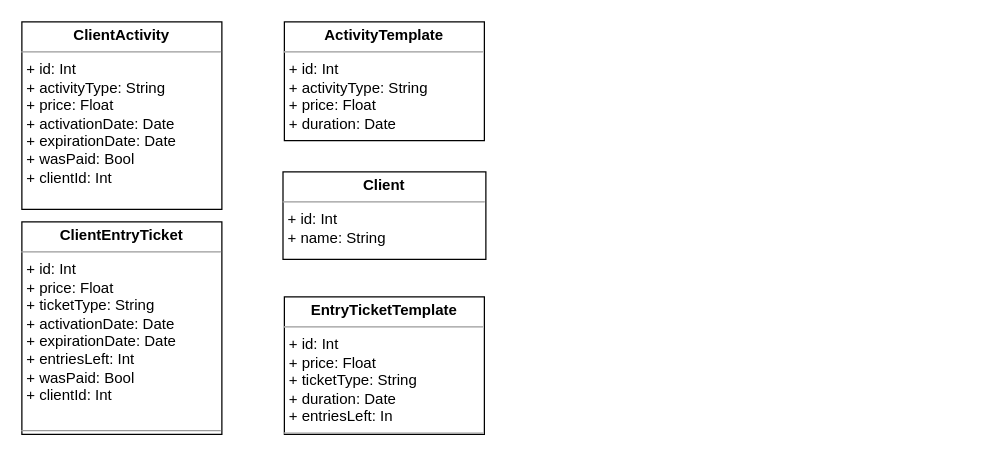
PawZawDev/AEII_2020_BD2_ZAWIERUCHA_AQUAPARK keeps this draw.io diagram as Klasy.drawio. Above is the earlier version. Source tidied: cells renumbered, new cells numbered last; positions are measured from the earlier drawing's top-left corner, leaving out a move shared by most shapes. Both pictures are drawn from the tidied source at 125%, with x=0, y=0 at pixel (21, 21).
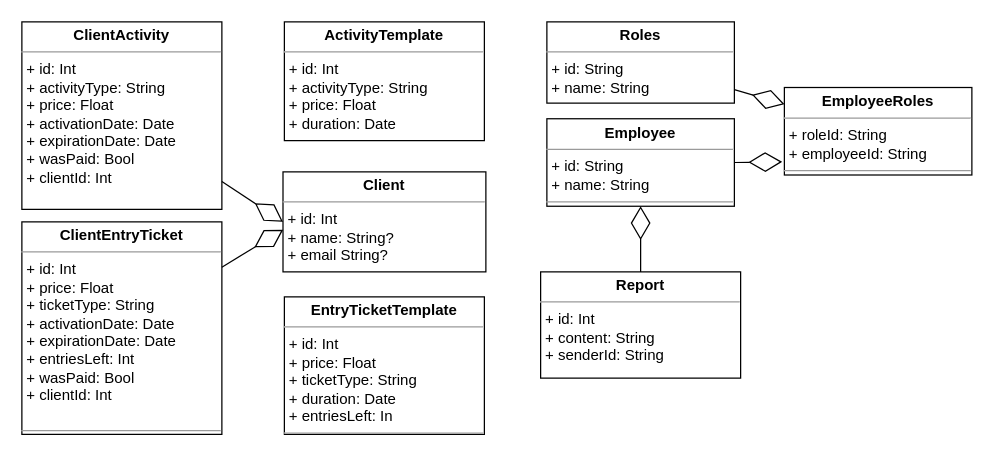
After the change.

Change to the diagram source:
```diff
@@
 <mxGraphModel>
   <root>
     <mxCell id="0" />
     <mxCell id="1" parent="0" />
     <mxCell id="2" value="&lt;p style=&quot;margin: 0px ; margin-top: 4px ; text-align: center&quot;&gt;&lt;b&gt;EntryTicketTemplate&lt;/b&gt;&lt;/p&gt;&lt;hr size=&quot;1&quot;&gt;&lt;p style=&quot;margin: 0px ; margin-left: 4px&quot;&gt;+ id: Int&lt;br&gt;&lt;/p&gt;&lt;p style=&quot;margin: 0px ; margin-left: 4px&quot;&gt;+ price: Float&lt;/p&gt;&lt;p style=&quot;margin: 0px ; margin-left: 4px&quot;&gt;+ ticketType: String&lt;/p&gt;&lt;p style=&quot;margin: 0px ; margin-left: 4px&quot;&gt;+ duration: Date&lt;/p&gt;&lt;p style=&quot;margin: 0px ; margin-left: 4px&quot;&gt;+ entriesLeft: In&lt;/p&gt;&lt;hr size=&quot;1&quot;&gt;" style="verticalAlign=top;align=left;overflow=fill;fontSize=12;fontFamily=Helvetica;html=1;" parent="1" vertex="1">
       <mxGeometry x="210" y="220" width="160" height="110" as="geometry" />
     </mxCell>
     <mxCell id="3" value="&lt;p style=&quot;margin: 0px ; margin-top: 4px ; text-align: center&quot;&gt;&lt;b&gt;ActivityTemplate&lt;/b&gt;&lt;/p&gt;&lt;hr size=&quot;1&quot;&gt;&lt;p style=&quot;margin: 0px ; margin-left: 4px&quot;&gt;+ id: Int&lt;/p&gt;&lt;p style=&quot;margin: 0px ; margin-left: 4px&quot;&gt;+ activityType: String&lt;/p&gt;&lt;p style=&quot;margin: 0px ; margin-left: 4px&quot;&gt;+ price: Float&lt;/p&gt;&lt;p style=&quot;margin: 0px ; margin-left: 4px&quot;&gt;+ duration: Date&lt;br&gt;&lt;/p&gt;" style="verticalAlign=top;align=left;overflow=fill;fontSize=12;fontFamily=Helvetica;html=1;" parent="1" vertex="1">
       <mxGeometry x="210" width="160" height="95" as="geometry" />
     </mxCell>
-    <mxCell id="4" value="&lt;p style=&quot;margin: 0px ; margin-top: 4px ; text-align: center&quot;&gt;&lt;b&gt;Client&lt;/b&gt;&lt;/p&gt;&lt;hr size=&quot;1&quot;&gt;&lt;p style=&quot;margin: 0px ; margin-left: 4px&quot;&gt;+ id: Int&lt;/p&gt;&lt;p style=&quot;margin: 0px ; margin-left: 4px&quot;&gt;+ name: String&lt;/p&gt;" style="verticalAlign=top;align=left;overflow=fill;fontSize=12;fontFamily=Helvetica;html=1;" parent="1" vertex="1">
-      <mxGeometry x="208.9" y="120" width="162.3" height="70" as="geometry" />
+    <mxCell id="4" value="&lt;p style=&quot;margin: 0px ; margin-top: 4px ; text-align: center&quot;&gt;&lt;b&gt;Client&lt;/b&gt;&lt;/p&gt;&lt;hr size=&quot;1&quot;&gt;&lt;p style=&quot;margin: 0px ; margin-left: 4px&quot;&gt;+ id: Int&lt;/p&gt;&lt;p style=&quot;margin: 0px ; margin-left: 4px&quot;&gt;+ name: String?&lt;/p&gt;&lt;p style=&quot;margin: 0px ; margin-left: 4px&quot;&gt;+ email String?&lt;br&gt;&lt;/p&gt;" style="verticalAlign=top;align=left;overflow=fill;fontSize=12;fontFamily=Helvetica;html=1;" parent="1" vertex="1">
+      <mxGeometry x="208.9" y="120" width="162.3" height="80" as="geometry" />
     </mxCell>
     <mxCell id="5" value="&lt;p style=&quot;margin: 0px ; margin-top: 4px ; text-align: center&quot;&gt;&lt;b&gt;ClientEntryTicket&lt;/b&gt;&lt;/p&gt;&lt;hr size=&quot;1&quot;&gt;&lt;p style=&quot;margin: 0px ; margin-left: 4px&quot;&gt;+ id: Int&lt;br&gt;&lt;/p&gt;&lt;p style=&quot;margin: 0px ; margin-left: 4px&quot;&gt;+ price: Float&lt;/p&gt;&lt;p style=&quot;margin: 0px ; margin-left: 4px&quot;&gt;+ ticketType: String&lt;/p&gt;&lt;p style=&quot;margin: 0px ; margin-left: 4px&quot;&gt;+ activationDate: Date&lt;/p&gt;&lt;p style=&quot;margin: 0px ; margin-left: 4px&quot;&gt;+ expirationDate: Date&lt;/p&gt;&lt;p style=&quot;margin: 0px ; margin-left: 4px&quot;&gt;+ entriesLeft: Int&lt;/p&gt;&lt;p style=&quot;margin: 0px ; margin-left: 4px&quot;&gt;+ wasPaid: Bool&lt;/p&gt;&lt;p style=&quot;margin: 0px ; margin-left: 4px&quot;&gt;+ clientId: Int&lt;br&gt;&lt;/p&gt;&lt;p style=&quot;margin: 0px ; margin-left: 4px&quot;&gt;&lt;br&gt;&lt;/p&gt;&lt;hr size=&quot;1&quot;&gt;" style="verticalAlign=top;align=left;overflow=fill;fontSize=12;fontFamily=Helvetica;html=1;" parent="1" vertex="1">
       <mxGeometry y="160" width="160" height="170" as="geometry" />
     </mxCell>
     <mxCell id="6" value="&lt;p style=&quot;margin: 0px ; margin-top: 4px ; text-align: center&quot;&gt;&lt;b&gt;ClientActivity&lt;/b&gt;&lt;/p&gt;&lt;hr size=&quot;1&quot;&gt;&lt;p style=&quot;margin: 0px ; margin-left: 4px&quot;&gt;+ id: Int&lt;/p&gt;&lt;p style=&quot;margin: 0px ; margin-left: 4px&quot;&gt;+ activityType: String&lt;/p&gt;&lt;p style=&quot;margin: 0px ; margin-left: 4px&quot;&gt;+ price: Float&lt;/p&gt;&lt;p style=&quot;margin: 0px ; margin-left: 4px&quot;&gt;+ activationDate: Date&lt;/p&gt;&lt;p style=&quot;margin: 0px ; margin-left: 4px&quot;&gt;+ expirationDate: Date&lt;/p&gt;&lt;p style=&quot;margin: 0px ; margin-left: 4px&quot;&gt;+ wasPaid: Bool&lt;br&gt;&lt;/p&gt;&lt;p style=&quot;margin: 0px ; margin-left: 4px&quot;&gt;+ clientId: Int&lt;/p&gt;" style="verticalAlign=top;align=left;overflow=fill;fontSize=12;fontFamily=Helvetica;html=1;" parent="1" vertex="1">
       <mxGeometry width="160" height="150" as="geometry" />
     </mxCell>
+    <mxCell id="7" style="endArrow=diamondThin;endFill=0;endSize=24;html=1;entryX=0;entryY=0.5;entryDx=0;entryDy=0;" parent="1" edge="1" source="6" target="4">
+      <mxGeometry relative="1" as="geometry" />
+    </mxCell>
+    <mxCell id="8" style="endArrow=diamondThin;endFill=0;endSize=24;html=1;entryX=0.001;entryY=0.579;entryDx=0;entryDy=0;entryPerimeter=0;" parent="1" edge="1" source="5" target="4">
+      <mxGeometry relative="1" as="geometry" />
+    </mxCell>
+    <mxCell id="9" value="&lt;p style=&quot;margin: 0px ; margin-top: 4px ; text-align: center&quot;&gt;&lt;b&gt;Report&lt;/b&gt;&lt;/p&gt;&lt;hr size=&quot;1&quot;&gt;&lt;p style=&quot;margin: 0px ; margin-left: 4px&quot;&gt;+ id: Int&lt;/p&gt;&lt;p style=&quot;margin: 0px ; margin-left: 4px&quot;&gt;+ content: String&lt;/p&gt;&lt;p style=&quot;margin: 0px ; margin-left: 4px&quot;&gt;+ senderId: String&lt;/p&gt;&lt;p style=&quot;margin: 0px ; margin-left: 4px&quot;&gt;&lt;br&gt;&lt;/p&gt;&lt;hr size=&quot;1&quot;&gt;" style="verticalAlign=top;align=left;overflow=fill;fontSize=12;fontFamily=Helvetica;html=1;" parent="1" vertex="1">
+      <mxGeometry x="415" y="200" width="160" height="85" as="geometry" />
+    </mxCell>
+    <mxCell id="10" value="&lt;p style=&quot;margin: 0px ; margin-top: 4px ; text-align: center&quot;&gt;&lt;b&gt;Employee&lt;/b&gt;&lt;br&gt;&lt;/p&gt;&lt;hr size=&quot;1&quot;&gt;&lt;p style=&quot;margin: 0px ; margin-left: 4px&quot;&gt;+ id: String&lt;/p&gt;&lt;p style=&quot;margin: 0px ; margin-left: 4px&quot;&gt;+ name: String&lt;br&gt;&lt;/p&gt;&lt;hr size=&quot;1&quot;&gt;" style="verticalAlign=top;align=left;overflow=fill;fontSize=12;fontFamily=Helvetica;html=1;" parent="1" vertex="1">
+      <mxGeometry x="420" y="77.5" width="150" height="70" as="geometry" />
+    </mxCell>
+    <mxCell id="11" style="endArrow=diamondThin;endFill=0;endSize=24;html=1;" parent="1" edge="1" source="9" target="10">
+      <mxGeometry relative="1" as="geometry" />
+    </mxCell>
+    <mxCell id="12" value="&lt;p style=&quot;margin: 0px ; margin-top: 4px ; text-align: center&quot;&gt;&lt;b&gt;Roles&lt;/b&gt;&lt;/p&gt;&lt;hr size=&quot;1&quot;&gt;&lt;p style=&quot;margin: 0px ; margin-left: 4px&quot;&gt;+ id: String&lt;/p&gt;&lt;p style=&quot;margin: 0px ; margin-left: 4px&quot;&gt;+ name: String&lt;br&gt;&lt;/p&gt;&lt;hr size=&quot;1&quot;&gt;" style="verticalAlign=top;align=left;overflow=fill;fontSize=12;fontFamily=Helvetica;html=1;" parent="1" vertex="1">
+      <mxGeometry x="420" width="150" height="65" as="geometry" />
+    </mxCell>
+    <mxCell id="13" value="&lt;p style=&quot;margin: 0px ; margin-top: 4px ; text-align: center&quot;&gt;&lt;b&gt;EmployeeRoles&lt;/b&gt;&lt;/p&gt;&lt;hr size=&quot;1&quot;&gt;&lt;p style=&quot;margin: 0px ; margin-left: 4px&quot;&gt;+ roleId: String&lt;/p&gt;&lt;p style=&quot;margin: 0px ; margin-left: 4px&quot;&gt;+ employeeId: String&lt;br&gt;&lt;/p&gt;&lt;hr size=&quot;1&quot;&gt;" style="verticalAlign=top;align=left;overflow=fill;fontSize=12;fontFamily=Helvetica;html=1;" parent="1" vertex="1">
+      <mxGeometry x="610" y="52.5" width="150" height="70" as="geometry" />
+    </mxCell>
+    <mxCell id="14" style="endArrow=diamondThin;endFill=0;endSize=24;html=1;" parent="1" edge="1" source="12" target="13">
+      <mxGeometry relative="1" as="geometry" />
+    </mxCell>
+    <mxCell id="15" style="endArrow=diamondThin;endFill=0;endSize=24;html=1;entryX=-0.012;entryY=0.85;entryDx=0;entryDy=0;exitX=1;exitY=0.5;exitDx=0;exitDy=0;entryPerimeter=0;" parent="1" edge="1" source="10" target="13">
+      <mxGeometry relative="1" as="geometry" />
+    </mxCell>
   </root>
 </mxGraphModel>
```
